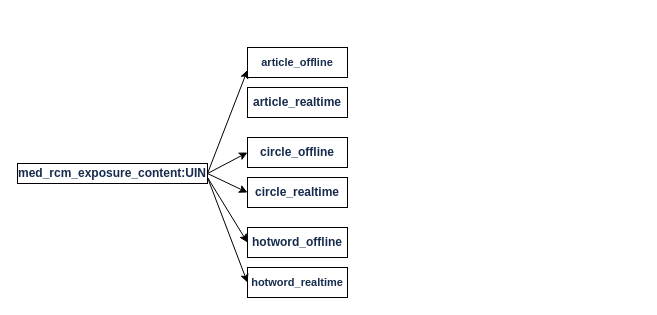
checkking/diagrams keeps this draw.io diagram as exposure_redis_hash.drawio. Above is the earlier version. Source tidied: cells renumbered, new cells numbered last; positions are measured from the earlier drawing's top-left corner, leaving out a move shared by most shapes. Both pictures are drawn from the tidied source at 100%, with x=0, y=0 at pixel (17, 47).
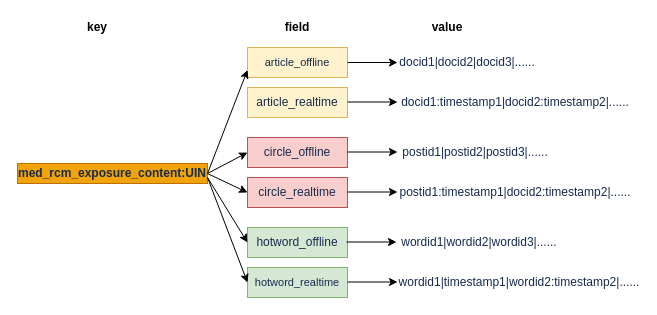
The same diagram, later.

The edit, as a diff of the source:
```diff
@@
-    <mxCell id="2" value="&lt;strong style=&quot;margin: 0px ; color: rgb(23 , 43 , 77) ; font-family: , , &amp;#34;segoe ui&amp;#34; , &amp;#34;roboto&amp;#34; , &amp;#34;oxygen&amp;#34; , &amp;#34;ubuntu&amp;#34; , &amp;#34;fira sans&amp;#34; , &amp;#34;droid sans&amp;#34; , &amp;#34;helvetica neue&amp;#34; , sans-serif ; text-align: left ; background-color: rgb(255 , 255 , 255)&quot;&gt;&lt;span style=&quot;margin: 0px&quot;&gt;&lt;font style=&quot;font-size: 12px&quot;&gt;med_rcm_exposure_content:UIN&lt;/font&gt;&lt;/span&gt;&lt;/strong&gt;" style="rounded=0;whiteSpace=wrap;html=1;" parent="1" vertex="1">
+    <mxCell id="2" value="&lt;strong style=&quot;margin: 0px ; color: rgb(23 , 43 , 77) ; text-align: left&quot;&gt;&lt;span style=&quot;margin: 0px&quot;&gt;&lt;font style=&quot;font-size: 12px&quot;&gt;med_rcm_exposure_content:UIN&lt;/font&gt;&lt;/span&gt;&lt;/strong&gt;" style="rounded=0;whiteSpace=wrap;html=1;fillColor=#f0a30a;strokeColor=#BD7000;fontColor=#ffffff;" parent="1" vertex="1">
       <mxGeometry y="116" width="190" height="20" as="geometry" />
     </mxCell>
-    <mxCell id="3" value="&lt;strong style=&quot;margin: 0px ; color: rgb(23 , 43 , 77) ; font-family: , , &amp;#34;segoe ui&amp;#34; , &amp;#34;roboto&amp;#34; , &amp;#34;oxygen&amp;#34; , &amp;#34;ubuntu&amp;#34; , &amp;#34;fira sans&amp;#34; , &amp;#34;droid sans&amp;#34; , &amp;#34;helvetica neue&amp;#34; , sans-serif ; text-align: left ; background-color: rgb(255 , 255 , 255)&quot;&gt;&lt;font style=&quot;font-size: 11px&quot;&gt;article_offline&lt;/font&gt;&lt;/strong&gt;" style="rounded=0;whiteSpace=wrap;html=1;" parent="1" vertex="1">
+    <mxCell id="3" value="&lt;span style=&quot;margin: 0px ; color: rgb(23 , 43 , 77) ; text-align: left&quot;&gt;&lt;font style=&quot;font-size: 11px&quot;&gt;article_offline&lt;/font&gt;&lt;/span&gt;" style="rounded=0;whiteSpace=wrap;html=1;strokeColor=#d6b656;fillColor=#fff2cc;" parent="1" vertex="1">
       <mxGeometry x="230" width="100" height="30" as="geometry" />
     </mxCell>
-    <mxCell id="4" value="&lt;strong style=&quot;margin: 0px ; color: rgb(23 , 43 , 77) ; font-family: , , &amp;#34;segoe ui&amp;#34; , &amp;#34;roboto&amp;#34; , &amp;#34;oxygen&amp;#34; , &amp;#34;ubuntu&amp;#34; , &amp;#34;fira sans&amp;#34; , &amp;#34;droid sans&amp;#34; , &amp;#34;helvetica neue&amp;#34; , sans-serif ; text-align: left ; background-color: rgb(255 , 255 , 255)&quot;&gt;&lt;font style=&quot;font-size: 12px&quot;&gt;article_realtime&lt;/font&gt;&lt;/strong&gt;" style="rounded=0;whiteSpace=wrap;html=1;" parent="1" vertex="1">
+    <mxCell id="4" value="&lt;span style=&quot;margin: 0px ; color: rgb(23 , 43 , 77) ; text-align: left&quot;&gt;&lt;font style=&quot;font-size: 12px&quot;&gt;article_realtime&lt;/font&gt;&lt;/span&gt;" style="rounded=0;whiteSpace=wrap;html=1;fillColor=#fff2cc;strokeColor=#d6b656;" parent="1" vertex="1">
       <mxGeometry x="230" y="40" width="100" height="30" as="geometry" />
     </mxCell>
-    <mxCell id="5" value="&lt;strong style=&quot;margin: 0px ; color: rgb(23 , 43 , 77) ; font-family: , , &amp;#34;segoe ui&amp;#34; , &amp;#34;roboto&amp;#34; , &amp;#34;oxygen&amp;#34; , &amp;#34;ubuntu&amp;#34; , &amp;#34;fira sans&amp;#34; , &amp;#34;droid sans&amp;#34; , &amp;#34;helvetica neue&amp;#34; , sans-serif ; text-align: left ; background-color: rgb(255 , 255 , 255)&quot;&gt;&lt;font style=&quot;font-size: 12px&quot;&gt;circle_offline&lt;/font&gt;&lt;/strong&gt;" style="rounded=0;whiteSpace=wrap;html=1;" parent="1" vertex="1">
+    <mxCell id="5" value="&lt;span style=&quot;margin: 0px ; color: rgb(23 , 43 , 77) ; text-align: left&quot;&gt;&lt;font style=&quot;font-size: 12px&quot;&gt;circle_offline&lt;/font&gt;&lt;/span&gt;" style="rounded=0;whiteSpace=wrap;html=1;fillColor=#f8cecc;strokeColor=#b85450;" parent="1" vertex="1">
       <mxGeometry x="230" y="90" width="100" height="30" as="geometry" />
     </mxCell>
-    <mxCell id="6" value="&lt;strong style=&quot;margin: 0px ; color: rgb(23 , 43 , 77) ; font-family: , , &amp;#34;segoe ui&amp;#34; , &amp;#34;roboto&amp;#34; , &amp;#34;oxygen&amp;#34; , &amp;#34;ubuntu&amp;#34; , &amp;#34;fira sans&amp;#34; , &amp;#34;droid sans&amp;#34; , &amp;#34;helvetica neue&amp;#34; , sans-serif ; text-align: left ; background-color: rgb(255 , 255 , 255)&quot;&gt;&lt;font style=&quot;font-size: 12px&quot;&gt;&lt;strong style=&quot;margin: 0px&quot;&gt;circle&lt;/strong&gt;_realtime&lt;/font&gt;&lt;/strong&gt;" style="rounded=0;whiteSpace=wrap;html=1;" parent="1" vertex="1">
+    <mxCell id="6" value="&lt;span style=&quot;margin: 0px ; color: rgb(23 , 43 , 77) ; text-align: left&quot;&gt;&lt;font style=&quot;font-size: 12px&quot;&gt;&lt;span style=&quot;margin: 0px&quot;&gt;circle&lt;/span&gt;_realtime&lt;/font&gt;&lt;/span&gt;" style="rounded=0;whiteSpace=wrap;html=1;fillColor=#f8cecc;strokeColor=#b85450;" parent="1" vertex="1">
       <mxGeometry x="230" y="130" width="100" height="30" as="geometry" />
     </mxCell>
-    <mxCell id="7" value="&lt;strong style=&quot;margin: 0px ; color: rgb(23 , 43 , 77) ; font-family: , , &amp;#34;segoe ui&amp;#34; , &amp;#34;roboto&amp;#34; , &amp;#34;oxygen&amp;#34; , &amp;#34;ubuntu&amp;#34; , &amp;#34;fira sans&amp;#34; , &amp;#34;droid sans&amp;#34; , &amp;#34;helvetica neue&amp;#34; , sans-serif ; text-align: left ; background-color: rgb(255 , 255 , 255)&quot;&gt;&lt;font style=&quot;font-size: 12px&quot;&gt;hotword_offline&lt;/font&gt;&lt;/strong&gt;" style="rounded=0;whiteSpace=wrap;html=1;" parent="1" vertex="1">
+    <mxCell id="7" value="&lt;span style=&quot;margin: 0px ; color: rgb(23 , 43 , 77) ; text-align: left&quot;&gt;&lt;font style=&quot;font-size: 12px&quot;&gt;hotword_offline&lt;/font&gt;&lt;/span&gt;" style="rounded=0;whiteSpace=wrap;html=1;fillColor=#d5e8d4;strokeColor=#82b366;" parent="1" vertex="1">
       <mxGeometry x="230" y="180" width="100" height="30" as="geometry" />
     </mxCell>
-    <mxCell id="8" value="&lt;strong style=&quot;margin: 0px ; color: rgb(23 , 43 , 77) ; font-family: , , &amp;#34;segoe ui&amp;#34; , &amp;#34;roboto&amp;#34; , &amp;#34;oxygen&amp;#34; , &amp;#34;ubuntu&amp;#34; , &amp;#34;fira sans&amp;#34; , &amp;#34;droid sans&amp;#34; , &amp;#34;helvetica neue&amp;#34; , sans-serif ; text-align: left ; background-color: rgb(255 , 255 , 255)&quot;&gt;&lt;font style=&quot;font-size: 11px&quot;&gt;hotword_realtime&lt;/font&gt;&lt;/strong&gt;" style="rounded=0;whiteSpace=wrap;html=1;fontSize=11;" parent="1" vertex="1">
+    <mxCell id="8" value="&lt;span style=&quot;margin: 0px ; color: rgb(23 , 43 , 77) ; text-align: left&quot;&gt;&lt;font style=&quot;font-size: 11px&quot;&gt;hotword_realtime&lt;/font&gt;&lt;/span&gt;" style="rounded=0;whiteSpace=wrap;html=1;fontSize=11;fillColor=#d5e8d4;strokeColor=#82b366;" parent="1" vertex="1">
       <mxGeometry x="230" y="220" width="100" height="30" as="geometry" />
     </mxCell>
@@
+    <mxCell id="14" value="&lt;span style=&quot;color: rgb(23 , 43 , 77) ; text-align: left ; background-color: rgb(255 , 255 , 255)&quot;&gt;docid1|docid2|docid3|......&lt;/span&gt;" style="text;html=1;align=center;verticalAlign=middle;whiteSpace=wrap;rounded=0;" parent="1" vertex="1">
+      <mxGeometry x="430" y="5" width="40" height="20" as="geometry" />
+    </mxCell>
+    <mxCell id="15" value="&lt;span style=&quot;color: rgb(23 , 43 , 77) ; text-align: left ; background-color: rgb(255 , 255 , 255)&quot;&gt;docid1:timestamp1|docid2:timestamp2|......&lt;/span&gt;" style="text;html=1;align=center;verticalAlign=middle;whiteSpace=wrap;rounded=0;" parent="1" vertex="1">
+      <mxGeometry x="478" y="45" width="40" height="20" as="geometry" />
+    </mxCell>
+    <mxCell id="16" value="&lt;span style=&quot;color: rgb(23 , 43 , 77) ; text-align: left ; background-color: rgb(255 , 255 , 255)&quot;&gt;postid1|postid2|postid3|......&lt;/span&gt;" style="text;html=1;strokeColor=none;fillColor=none;align=center;verticalAlign=middle;whiteSpace=wrap;rounded=0;" parent="1" vertex="1">
+      <mxGeometry x="438" y="95" width="40" height="20" as="geometry" />
+    </mxCell>
+    <mxCell id="17" value="&lt;span style=&quot;color: rgb(23 , 43 , 77) ; text-align: left ; background-color: rgb(255 , 255 , 255)&quot;&gt;postid1:timestamp1|docid2:timestamp2|......&lt;/span&gt;" style="text;html=1;strokeColor=none;fillColor=none;align=center;verticalAlign=middle;whiteSpace=wrap;rounded=0;" parent="1" vertex="1">
+      <mxGeometry x="478" y="135" width="40" height="20" as="geometry" />
+    </mxCell>
+    <mxCell id="18" value="&lt;span style=&quot;color: rgb(23 , 43 , 77) ; text-align: left ; background-color: rgb(255 , 255 , 255)&quot;&gt;wordid1|wordid2|wordid3|......&lt;/span&gt;" style="text;html=1;strokeColor=none;fillColor=none;align=center;verticalAlign=middle;whiteSpace=wrap;rounded=0;" parent="1" vertex="1">
+      <mxGeometry x="442" y="185" width="40" height="20" as="geometry" />
+    </mxCell>
+    <mxCell id="19" value="&lt;span style=&quot;color: rgb(23 , 43 , 77) ; text-align: left ; background-color: rgb(255 , 255 , 255)&quot;&gt;wordid1|timestamp1|wordid2:timestamp2|......&lt;/span&gt;" style="text;html=1;strokeColor=none;fillColor=none;align=center;verticalAlign=middle;whiteSpace=wrap;rounded=0;" parent="1" vertex="1">
+      <mxGeometry x="482" y="225" width="40" height="20" as="geometry" />
+    </mxCell>
+    <mxCell id="20" style="endArrow=classic;html=1;exitX=1;exitY=0.5;exitDx=0;exitDy=0;fillColor=#fff2cc;" parent="1" edge="1" source="3">
+      <mxGeometry relative="1" as="geometry">
+        <mxPoint x="380" y="15" as="targetPoint" />
+      </mxGeometry>
+    </mxCell>
+    <mxCell id="21" style="endArrow=classic;html=1;exitX=1;exitY=0.5;exitDx=0;exitDy=0;fillColor=#fff2cc;" parent="1" edge="1">
+      <mxGeometry relative="1" as="geometry">
+        <mxPoint x="330" y="54.5" as="sourcePoint" />
+        <mxPoint x="380" y="54.5" as="targetPoint" />
+        <Array as="points">
+          <mxPoint x="330" y="55" />
+        </Array>
+      </mxGeometry>
+    </mxCell>
+    <mxCell id="22" style="endArrow=classic;html=1;exitX=1;exitY=0.5;exitDx=0;exitDy=0;" parent="1" edge="1">
+      <mxGeometry relative="1" as="geometry">
+        <mxPoint x="330" y="104.5" as="sourcePoint" />
+        <mxPoint x="380" y="104.5" as="targetPoint" />
+      </mxGeometry>
+    </mxCell>
+    <mxCell id="23" style="endArrow=classic;html=1;exitX=1;exitY=0.5;exitDx=0;exitDy=0;" parent="1" edge="1">
+      <mxGeometry relative="1" as="geometry">
+        <mxPoint x="330" y="144.5" as="sourcePoint" />
+        <mxPoint x="380" y="144.5" as="targetPoint" />
+      </mxGeometry>
+    </mxCell>
+    <mxCell id="24" style="endArrow=classic;html=1;exitX=1;exitY=0.5;exitDx=0;exitDy=0;" parent="1" edge="1">
+      <mxGeometry relative="1" as="geometry">
+        <mxPoint x="329" y="194.5" as="sourcePoint" />
+        <mxPoint x="379" y="194.5" as="targetPoint" />
+      </mxGeometry>
+    </mxCell>
+    <mxCell id="25" style="endArrow=classic;html=1;exitX=1;exitY=0.5;exitDx=0;exitDy=0;" parent="1" edge="1">
+      <mxGeometry relative="1" as="geometry">
+        <mxPoint x="330" y="234.5" as="sourcePoint" />
+        <mxPoint x="380" y="234.5" as="targetPoint" />
+      </mxGeometry>
+    </mxCell>
+    <mxCell id="26" value="&lt;b&gt;key&lt;/b&gt;" style="text;html=1;strokeColor=none;fillColor=none;align=center;verticalAlign=middle;whiteSpace=wrap;rounded=0;" parent="1" vertex="1">
+      <mxGeometry x="60" y="-30" width="40" height="20" as="geometry" />
+    </mxCell>
+    <mxCell id="27" value="&lt;b&gt;field&lt;/b&gt;" style="text;html=1;strokeColor=none;fillColor=none;align=center;verticalAlign=middle;whiteSpace=wrap;rounded=0;" parent="1" vertex="1">
+      <mxGeometry x="260" y="-30" width="40" height="20" as="geometry" />
+    </mxCell>
+    <mxCell id="28" value="&lt;b&gt;value&lt;/b&gt;" style="text;html=1;strokeColor=none;fillColor=none;align=center;verticalAlign=middle;whiteSpace=wrap;rounded=0;" parent="1" vertex="1">
+      <mxGeometry x="410" y="-30" width="40" height="20" as="geometry" />
+    </mxCell>
```
